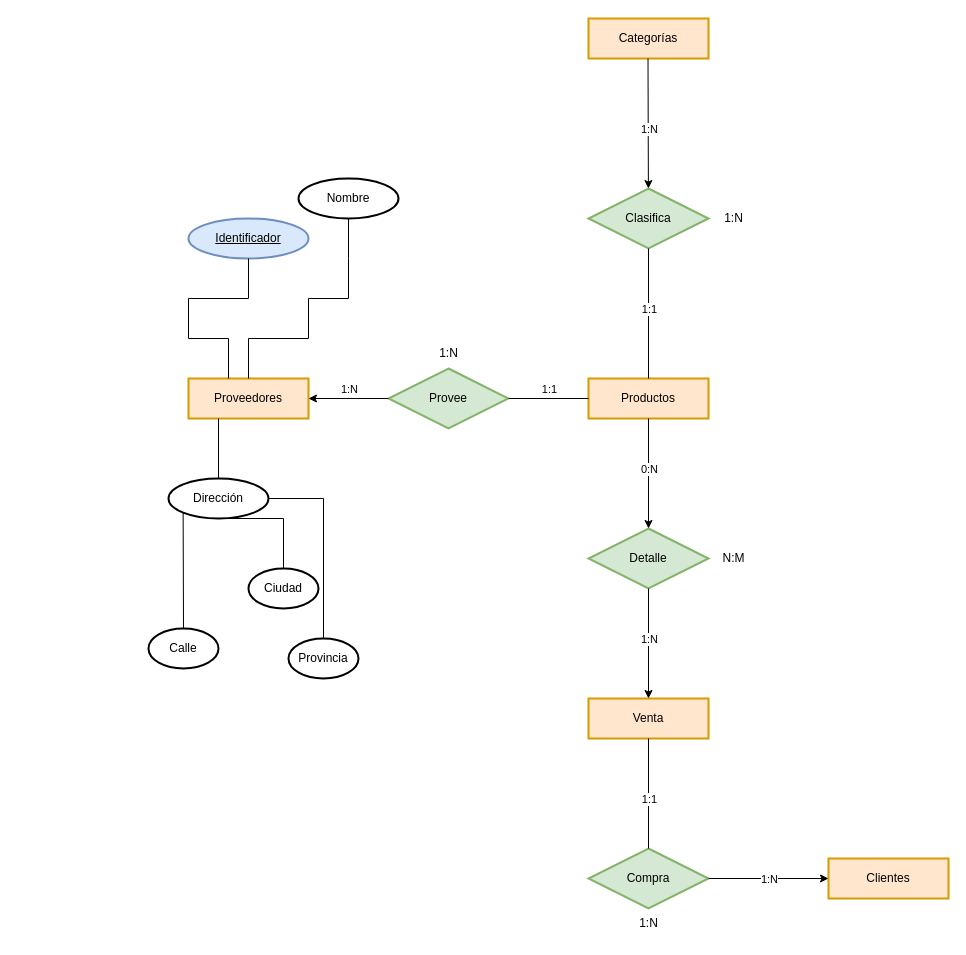
Before: Tareas/Tarea3.drawio in JuanManuelMM/Base-Datos, a draw.io diagram. Source tidied: cells renumbered, new cells numbered last; positions are measured from the earlier drawing's top-left corner, leaving out a move shared by most shapes. Both pictures are drawn from the tidied source at 100%, with x=0, y=0 at pixel (148, 18).
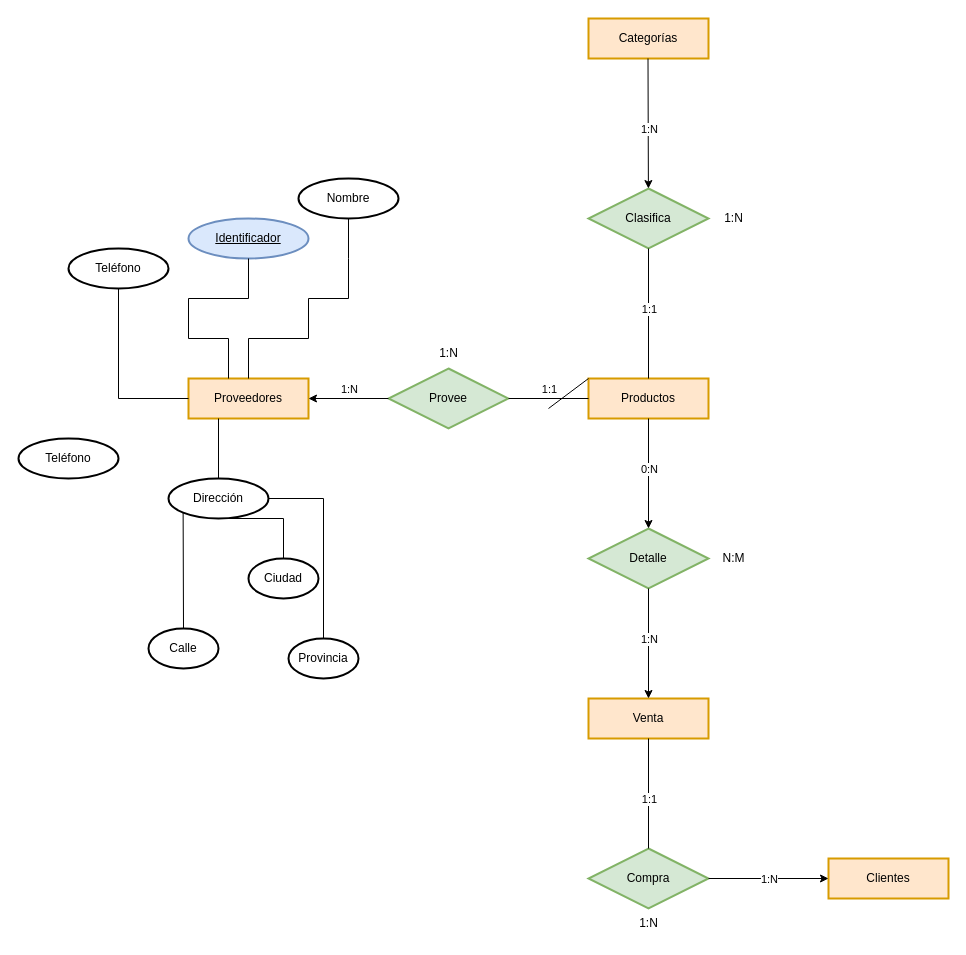
The same page after the edit.

Unchanged cells that the change refers to:
```xml
<mxCell id="3" value="&lt;font color=&quot;#000000&quot;&gt;Proveedores&lt;/font&gt;" style="whiteSpace=wrap;html=1;align=center;fillColor=#ffe6cc;strokeColor=#d79b00;strokeWidth=2;" parent="1" vertex="1">
  <mxGeometry x="40" y="360" width="120" height="40" as="geometry" />
</mxCell>
```

Change to the diagram source:
```diff
@@
     <mxCell id="39" value="&lt;div&gt;Ciudad&lt;/div&gt;" style="ellipse;whiteSpace=wrap;html=1;align=center;strokeWidth=2;" parent="1" vertex="1">
-      <mxGeometry x="100" y="550" width="70" height="40" as="geometry" />
+      <mxGeometry x="100" y="540" width="70" height="40" as="geometry" />
     </mxCell>
@@
+    <mxCell id="43" value="Teléfono" style="ellipse;whiteSpace=wrap;html=1;align=center;strokeWidth=2;" parent="1" vertex="1">
+      <mxGeometry x="-80" y="230" width="100" height="40" as="geometry" />
+    </mxCell>
+    <mxCell id="44" style="endArrow=none;html=1;rounded=0;entryX=0;entryY=0.5;entryDx=0;entryDy=0;exitX=0.5;exitY=1;exitDx=0;exitDy=0;" parent="1" edge="1" source="43" target="3">
+      <mxGeometry relative="1" as="geometry">
+        <Array as="points">
+          <mxPoint x="-30" y="380" />
+        </Array>
+      </mxGeometry>
+    </mxCell>
+    <mxCell id="45" value="Teléfono" style="ellipse;whiteSpace=wrap;html=1;align=center;strokeWidth=2;" parent="1" vertex="1">
+      <mxGeometry x="-130" y="420" width="100" height="40" as="geometry" />
+    </mxCell>
+    <mxCell id="46" style="endArrow=none;html=1;rounded=0;" parent="1" edge="1">
+      <mxGeometry relative="1" as="geometry">
+        <mxPoint x="400" y="390" as="sourcePoint" />
+        <mxPoint x="440" y="360" as="targetPoint" />
+      </mxGeometry>
+    </mxCell>
```
